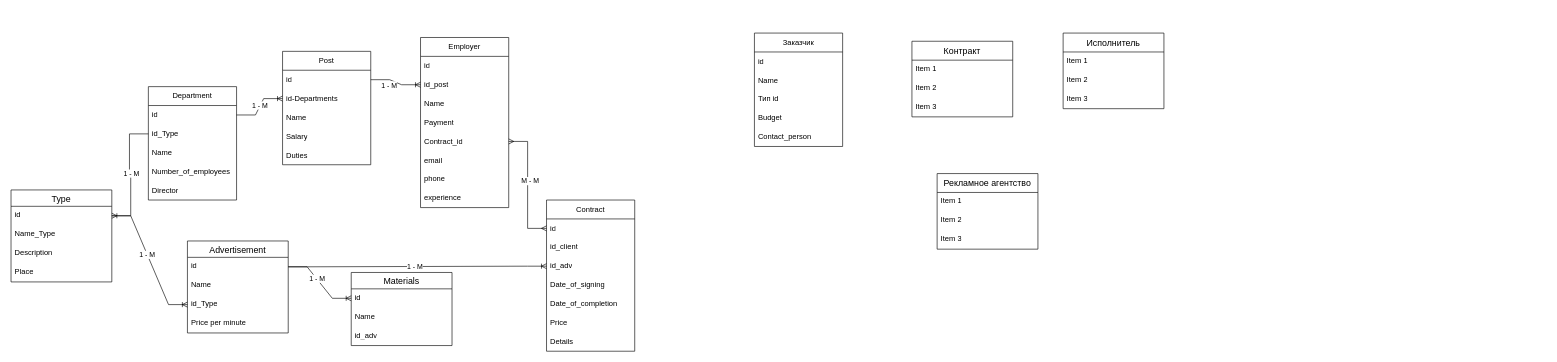
Before: Рекламное агентство.drawio in Aazmandiuc/DataBases, a draw.io diagram. Source tidied: cells renumbered, new cells numbered last; positions are measured from the earlier drawing's top-left corner, leaving out a move shared by most shapes. Both pictures are drawn from the tidied source at 63%, with x=0, y=0 at pixel (11, 33).
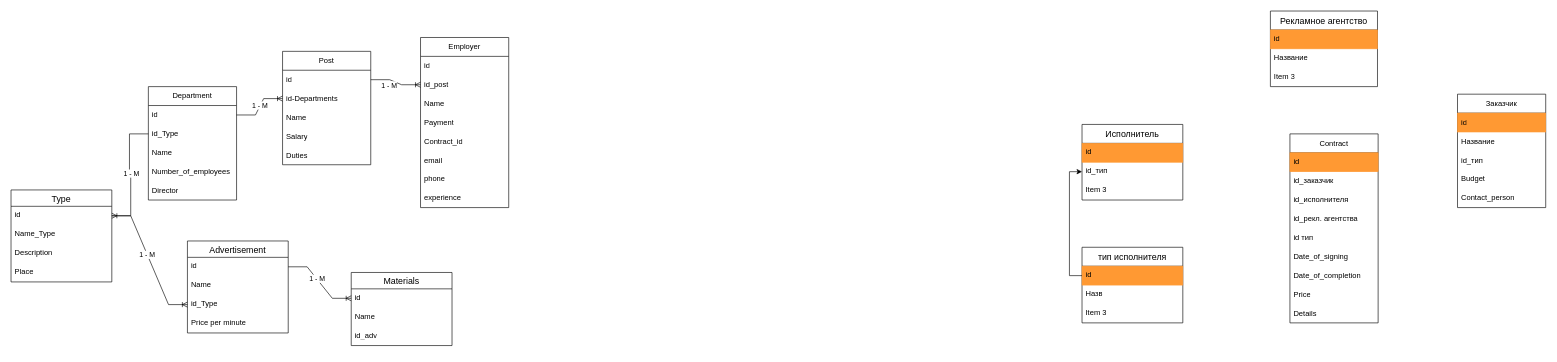
After the change.

The change refers to these unchanged cells:
```xml
<mxCell id="33" value="Contract_id" style="text;strokeColor=none;fillColor=none;align=left;verticalAlign=middle;spacingLeft=4;spacingRight=4;overflow=hidden;points=[[0,0.5],[1,0.5]];portConstraint=eastwest;whiteSpace=wrap;html=1;" parent="28" vertex="1">
  <mxGeometry y="150" width="140" height="30" as="geometry" />
</mxCell>
<mxCell id="51" value="id" style="text;strokeColor=none;fillColor=none;spacingLeft=4;spacingRight=4;overflow=hidden;points=[[0,0.5],[1,0.5]];portConstraint=eastwest;fontSize=12;whiteSpace=wrap;html=1;" parent="50" vertex="1">
  <mxGeometry y="26" width="160" height="30" as="geometry" />
</mxCell>
```

What changed in the source:
```diff
@@
-    <mxCell id="14" value="Contract" style="swimlane;fontStyle=0;horizontal=1;startSize=30;whiteSpace=wrap;html=1;" parent="1" vertex="1">
-      <mxGeometry x="850" y="265" width="140" height="240" as="geometry" />
-    </mxCell>
-    <mxCell id="15" value="id" style="text;strokeColor=none;fillColor=none;align=left;verticalAlign=middle;spacingLeft=4;spacingRight=4;overflow=hidden;points=[[0,0.5],[1,0.5]];portConstraint=eastwest;whiteSpace=wrap;html=1;" parent="14" vertex="1">
-      <mxGeometry y="30" width="140" height="30" as="geometry" />
-    </mxCell>
-    <mxCell id="16" value="id_client" style="text;strokeColor=none;fillColor=none;align=left;verticalAlign=middle;spacingLeft=4;spacingRight=4;overflow=hidden;whiteSpace=wrap;html=1;" parent="14" vertex="1">
-      <mxGeometry y="60" width="140" height="30" as="geometry" />
-    </mxCell>
-    <mxCell id="17" value="id_adv" style="text;strokeColor=none;fillColor=none;align=left;verticalAlign=middle;spacingLeft=4;spacingRight=4;overflow=hidden;points=[[0,0.5],[1,0.5]];portConstraint=eastwest;whiteSpace=wrap;html=1;" parent="14" vertex="1">
-      <mxGeometry y="90" width="140" height="30" as="geometry" />
-    </mxCell>
-    <mxCell id="18" value="Date_of_signing" style="text;strokeColor=none;fillColor=none;align=left;verticalAlign=middle;spacingLeft=4;spacingRight=4;overflow=hidden;whiteSpace=wrap;html=1;" parent="14" vertex="1">
-      <mxGeometry y="120" width="140" height="30" as="geometry" />
-    </mxCell>
-    <mxCell id="19" value="Date_of_completion" style="text;strokeColor=none;fillColor=none;align=left;verticalAlign=middle;spacingLeft=4;spacingRight=4;overflow=hidden;whiteSpace=wrap;html=1;" parent="14" vertex="1">
-      <mxGeometry y="150" width="140" height="30" as="geometry" />
-    </mxCell>
-    <mxCell id="20" value="Price" style="text;strokeColor=none;fillColor=none;align=left;verticalAlign=middle;spacingLeft=4;spacingRight=4;overflow=hidden;whiteSpace=wrap;html=1;" parent="14" vertex="1">
-      <mxGeometry y="180" width="140" height="30" as="geometry" />
-    </mxCell>
-    <mxCell id="21" value="Details" style="text;strokeColor=none;fillColor=none;align=left;verticalAlign=middle;spacingLeft=4;spacingRight=4;overflow=hidden;whiteSpace=wrap;html=1;" parent="14" vertex="1">
-      <mxGeometry y="210" width="140" height="30" as="geometry" />
-    </mxCell>
     <mxCell id="22" value="Заказчик" style="swimlane;fontStyle=0;horizontal=1;startSize=30;whiteSpace=wrap;html=1;rounded=0;swimlaneLine=1;glass=0;shadow=0;noLabel=0;direction=east;fixDash=0;absoluteArcSize=0;" parent="1" vertex="1">
-      <mxGeometry x="1180" width="140" height="180" as="geometry" />
+      <mxGeometry x="2296" y="97" width="140" height="180" as="geometry" />
     </mxCell>
-    <mxCell id="23" value="id" style="text;strokeColor=none;fillColor=none;align=left;verticalAlign=middle;spacingLeft=4;spacingRight=4;overflow=hidden;whiteSpace=wrap;html=1;" parent="22" vertex="1">
+    <mxCell id="23" value="id" style="text;strokeColor=#FF9933;fillColor=#FF9933;align=left;verticalAlign=middle;spacingLeft=4;spacingRight=4;overflow=hidden;whiteSpace=wrap;html=1;" parent="22" vertex="1">
       <mxGeometry y="30" width="140" height="30" as="geometry" />
     </mxCell>
-    <mxCell id="24" value="Name" style="text;strokeColor=none;fillColor=none;align=left;verticalAlign=middle;spacingLeft=4;spacingRight=4;overflow=hidden;whiteSpace=wrap;html=1;" parent="22" vertex="1">
+    <mxCell id="24" value="Название" style="text;strokeColor=none;fillColor=none;align=left;verticalAlign=middle;spacingLeft=4;spacingRight=4;overflow=hidden;whiteSpace=wrap;html=1;" parent="22" vertex="1">
       <mxGeometry y="60" width="140" height="30" as="geometry" />
     </mxCell>
-    <mxCell id="25" value="Тип id" style="text;strokeColor=none;fillColor=none;align=left;verticalAlign=middle;spacingLeft=4;spacingRight=4;overflow=hidden;whiteSpace=wrap;html=1;" parent="22" vertex="1">
+    <mxCell id="25" value="id_тип" style="text;strokeColor=none;fillColor=none;align=left;verticalAlign=middle;spacingLeft=4;spacingRight=4;overflow=hidden;whiteSpace=wrap;html=1;" parent="22" vertex="1">
       <mxGeometry y="90" width="140" height="30" as="geometry" />
     </mxCell>
@@
-    <mxCell id="43" style="edgeStyle=entityRelationEdgeStyle;fontSize=12;html=1;endArrow=ERmany;startArrow=ERmany;rounded=0;entryX=0;entryY=0.5;entryDx=0;entryDy=0;exitX=1;exitY=0.5;exitDx=0;exitDy=0;" parent="1" edge="1" source="33" target="15">
-      <mxGeometry relative="1" as="geometry" />
-    </mxCell>
-    <mxCell id="44" value="M - M" style="edgeLabel;html=1;align=center;verticalAlign=middle;" parent="43" vertex="1">
-      <mxGeometry x="-0.08" y="3" relative="1" as="geometry">
-        <mxPoint y="1" as="offset" />
-      </mxGeometry>
-    </mxCell>
@@
-    <mxCell id="57" style="edgeStyle=entityRelationEdgeStyle;fontSize=12;html=1;endArrow=ERoneToMany;rounded=0;exitX=1;exitY=0.5;exitDx=0;exitDy=0;entryX=0;entryY=0.5;entryDx=0;entryDy=0;" parent="1" edge="1" source="51" target="17">
-      <mxGeometry relative="1" as="geometry">
-        <Array as="points">
-          <mxPoint x="703" y="449" />
-          <mxPoint x="642" y="356" />
-          <mxPoint x="724" y="330" />
-          <mxPoint x="684" y="460" />
-          <mxPoint x="1015" y="360" />
-        </Array>
-      </mxGeometry>
-    </mxCell>
-    <mxCell id="58" value="1 - М" style="edgeLabel;html=1;align=center;verticalAlign=middle;" parent="57" vertex="1">
-      <mxGeometry x="-0.04" y="2" relative="1" as="geometry">
-        <mxPoint x="4" y="2" as="offset" />
-      </mxGeometry>
-    </mxCell>
@@
     <mxCell id="65" value="Исполнитель" style="swimlane;fontStyle=0;horizontal=1;startSize=30;align=center;fontSize=14;" parent="1" vertex="1">
-      <mxGeometry x="1670" width="160" height="120" as="geometry" />
+      <mxGeometry x="1700" y="145" width="160" height="120" as="geometry" />
     </mxCell>
-    <mxCell id="66" value="Item 1" style="text;strokeColor=none;fillColor=none;spacingLeft=4;spacingRight=4;overflow=hidden;fontSize=12;whiteSpace=wrap;html=1;" parent="65" vertex="1">
+    <mxCell id="66" value="id" style="text;strokeColor=#FF9933;fillColor=#FF9933;spacingLeft=4;spacingRight=4;overflow=hidden;fontSize=12;whiteSpace=wrap;html=1;" parent="65" vertex="1">
       <mxGeometry y="30" width="160" height="30" as="geometry" />
     </mxCell>
-    <mxCell id="67" value="Item 2" style="text;strokeColor=none;fillColor=none;spacingLeft=4;spacingRight=4;overflow=hidden;points=[[0,0.5],[1,0.5]];portConstraint=eastwest;fontSize=12;whiteSpace=wrap;html=1;" parent="65" vertex="1">
+    <mxCell id="67" value="id_тип" style="text;strokeColor=none;fillColor=none;spacingLeft=4;spacingRight=4;overflow=hidden;points=[[0,0.5],[1,0.5]];portConstraint=eastwest;fontSize=12;whiteSpace=wrap;html=1;" parent="65" vertex="1">
       <mxGeometry y="60" width="160" height="30" as="geometry" />
     </mxCell>
@@
-    <mxCell id="69" value="Контракт" style="swimlane;fontStyle=0;horizontal=1;startSize=30;align=center;fontSize=14;" parent="1" vertex="1">
-      <mxGeometry x="1430" y="13" width="160" height="120" as="geometry" />
-    </mxCell>
-    <mxCell id="70" value="Item 1" style="text;strokeColor=none;fillColor=none;spacingLeft=4;spacingRight=4;overflow=hidden;fontSize=12;whiteSpace=wrap;html=1;" parent="69" vertex="1">
-      <mxGeometry y="30" width="160" height="30" as="geometry" />
-    </mxCell>
-    <mxCell id="71" value="Item 2" style="text;strokeColor=none;fillColor=none;spacingLeft=4;spacingRight=4;overflow=hidden;fontSize=12;whiteSpace=wrap;html=1;" parent="69" vertex="1">
-      <mxGeometry y="60" width="160" height="30" as="geometry" />
-    </mxCell>
+    <mxCell id="73" value="Рекламное агентство" style="swimlane;fontStyle=0;horizontal=1;startSize=30;align=center;fontSize=14;" parent="1" vertex="1">
+      <mxGeometry x="1999" y="-35" width="170" height="120" as="geometry" />
+    </mxCell>
+    <mxCell id="75" value="id" style="text;strokeColor=#FF9933;fillColor=#FF9933;spacingLeft=4;spacingRight=4;overflow=hidden;fontSize=12;whiteSpace=wrap;html=1;" parent="73" vertex="1">
+      <mxGeometry y="30" width="170" height="30" as="geometry" />
+    </mxCell>
+    <mxCell id="74" value="Название" style="text;strokeColor=none;fillColor=none;spacingLeft=4;spacingRight=4;overflow=hidden;fontSize=12;whiteSpace=wrap;html=1;" parent="73" vertex="1">
+      <mxGeometry y="60" width="170" height="30" as="geometry" />
+    </mxCell>
+    <mxCell id="76" value="Item 3" style="text;strokeColor=none;fillColor=none;spacingLeft=4;spacingRight=4;overflow=hidden;fontSize=12;whiteSpace=wrap;html=1;" parent="73" vertex="1">
+      <mxGeometry y="90" width="170" height="30" as="geometry" />
+    </mxCell>
+    <mxCell id="77" value="тип исполнителя" style="swimlane;fontStyle=0;horizontal=1;startSize=30;align=center;fontSize=14;" parent="1" vertex="1">
+      <mxGeometry x="1700" y="340" width="160" height="120" as="geometry" />
+    </mxCell>
+    <mxCell id="78" value="id" style="text;strokeColor=#FF9933;fillColor=#FF9933;spacingLeft=4;spacingRight=4;overflow=hidden;points=[[0,0.5],[1,0.5]];portConstraint=eastwest;fontSize=12;whiteSpace=wrap;html=1;" parent="77" vertex="1">
+      <mxGeometry y="30" width="160" height="30" as="geometry" />
+    </mxCell>
+    <mxCell id="79" value="Назв" style="text;strokeColor=none;fillColor=none;spacingLeft=4;spacingRight=4;overflow=hidden;fontSize=12;whiteSpace=wrap;html=1;" parent="77" vertex="1">
+      <mxGeometry y="60" width="160" height="30" as="geometry" />
+    </mxCell>
-    <mxCell id="72" value="Item 3" style="text;strokeColor=none;fillColor=none;spacingLeft=4;spacingRight=4;overflow=hidden;fontSize=12;whiteSpace=wrap;html=1;" parent="69" vertex="1">
+    <mxCell id="72" value="Item 3" style="text;strokeColor=none;fillColor=none;spacingLeft=4;spacingRight=4;overflow=hidden;fontSize=12;whiteSpace=wrap;html=1;" parent="77" vertex="1">
       <mxGeometry y="90" width="160" height="30" as="geometry" />
     </mxCell>
-    <mxCell id="73" value="Рекламное агентство" style="swimlane;fontStyle=0;horizontal=1;startSize=30;align=center;fontSize=14;" parent="1" vertex="1">
-      <mxGeometry x="1470" y="223" width="160" height="120" as="geometry" />
-    </mxCell>
-    <mxCell id="74" value="Item 1" style="text;strokeColor=none;fillColor=none;spacingLeft=4;spacingRight=4;overflow=hidden;fontSize=12;whiteSpace=wrap;html=1;" parent="73" vertex="1">
-      <mxGeometry y="30" width="160" height="30" as="geometry" />
-    </mxCell>
-    <mxCell id="75" value="Item 2" style="text;strokeColor=none;fillColor=none;spacingLeft=4;spacingRight=4;overflow=hidden;fontSize=12;whiteSpace=wrap;html=1;" parent="73" vertex="1">
-      <mxGeometry y="60" width="160" height="30" as="geometry" />
-    </mxCell>
-    <mxCell id="76" value="Item 3" style="text;strokeColor=none;fillColor=none;spacingLeft=4;spacingRight=4;overflow=hidden;fontSize=12;whiteSpace=wrap;html=1;" parent="73" vertex="1">
-      <mxGeometry y="90" width="160" height="30" as="geometry" />
-    </mxCell>
+    <mxCell id="80" style="edgeStyle=orthogonalEdgeStyle;rounded=0;jettySize=auto;html=1;exitX=0;exitY=0.5;exitDx=0;exitDy=0;entryX=0;entryY=0.5;entryDx=0;entryDy=0;" parent="1" edge="1" source="78" target="67">
+      <mxGeometry relative="1" as="geometry" />
+    </mxCell>
+    <mxCell id="14" value="Contract" style="swimlane;fontStyle=0;horizontal=1;startSize=30;whiteSpace=wrap;html=1;shadow=0;" parent="1" vertex="1">
+      <mxGeometry x="2030" y="160" width="140" height="300" as="geometry" />
+    </mxCell>
+    <mxCell id="15" value="id" style="text;strokeColor=#FF9933;fillColor=#FF9933;align=left;verticalAlign=middle;spacingLeft=4;spacingRight=4;overflow=hidden;points=[[0,0.5],[1,0.5]];portConstraint=eastwest;whiteSpace=wrap;html=1;" parent="14" vertex="1">
+      <mxGeometry y="30" width="140" height="30" as="geometry" />
+    </mxCell>
+    <mxCell id="16" value="id_заказчик" style="text;strokeColor=none;fillColor=none;align=left;verticalAlign=middle;spacingLeft=4;spacingRight=4;overflow=hidden;whiteSpace=wrap;html=1;" parent="14" vertex="1">
+      <mxGeometry y="60" width="140" height="30" as="geometry" />
+    </mxCell>
+    <mxCell id="17" value="id_исполнителя" style="text;strokeColor=none;fillColor=none;align=left;verticalAlign=middle;spacingLeft=4;spacingRight=4;overflow=hidden;points=[[0,0.5],[1,0.5]];portConstraint=eastwest;whiteSpace=wrap;html=1;" parent="14" vertex="1">
+      <mxGeometry y="90" width="140" height="30" as="geometry" />
+    </mxCell>
+    <mxCell id="81" value="id_рекл. агентства" style="text;strokeColor=none;fillColor=none;align=left;verticalAlign=middle;spacingLeft=4;spacingRight=4;overflow=hidden;whiteSpace=wrap;html=1;" parent="14" vertex="1">
+      <mxGeometry y="120" width="140" height="30" as="geometry" />
+    </mxCell>
+    <mxCell id="82" value="id тип" style="text;strokeColor=none;fillColor=none;align=left;verticalAlign=middle;spacingLeft=4;spacingRight=4;overflow=hidden;whiteSpace=wrap;html=1;" parent="14" vertex="1">
+      <mxGeometry y="150" width="140" height="30" as="geometry" />
+    </mxCell>
+    <mxCell id="18" value="Date_of_signing" style="text;strokeColor=none;fillColor=none;align=left;verticalAlign=middle;spacingLeft=4;spacingRight=4;overflow=hidden;whiteSpace=wrap;html=1;" parent="14" vertex="1">
+      <mxGeometry y="180" width="140" height="30" as="geometry" />
+    </mxCell>
+    <mxCell id="19" value="Date_of_completion" style="text;strokeColor=none;fillColor=none;align=left;verticalAlign=middle;spacingLeft=4;spacingRight=4;overflow=hidden;whiteSpace=wrap;html=1;" parent="14" vertex="1">
+      <mxGeometry y="210" width="140" height="30" as="geometry" />
+    </mxCell>
+    <mxCell id="20" value="Price" style="text;strokeColor=none;fillColor=none;align=left;verticalAlign=middle;spacingLeft=4;spacingRight=4;overflow=hidden;whiteSpace=wrap;html=1;" parent="14" vertex="1">
+      <mxGeometry y="240" width="140" height="30" as="geometry" />
+    </mxCell>
+    <mxCell id="21" value="Details" style="text;strokeColor=none;fillColor=none;align=left;verticalAlign=middle;spacingLeft=4;spacingRight=4;overflow=hidden;whiteSpace=wrap;html=1;" parent="14" vertex="1">
+      <mxGeometry y="270" width="140" height="30" as="geometry" />
+    </mxCell>
```
